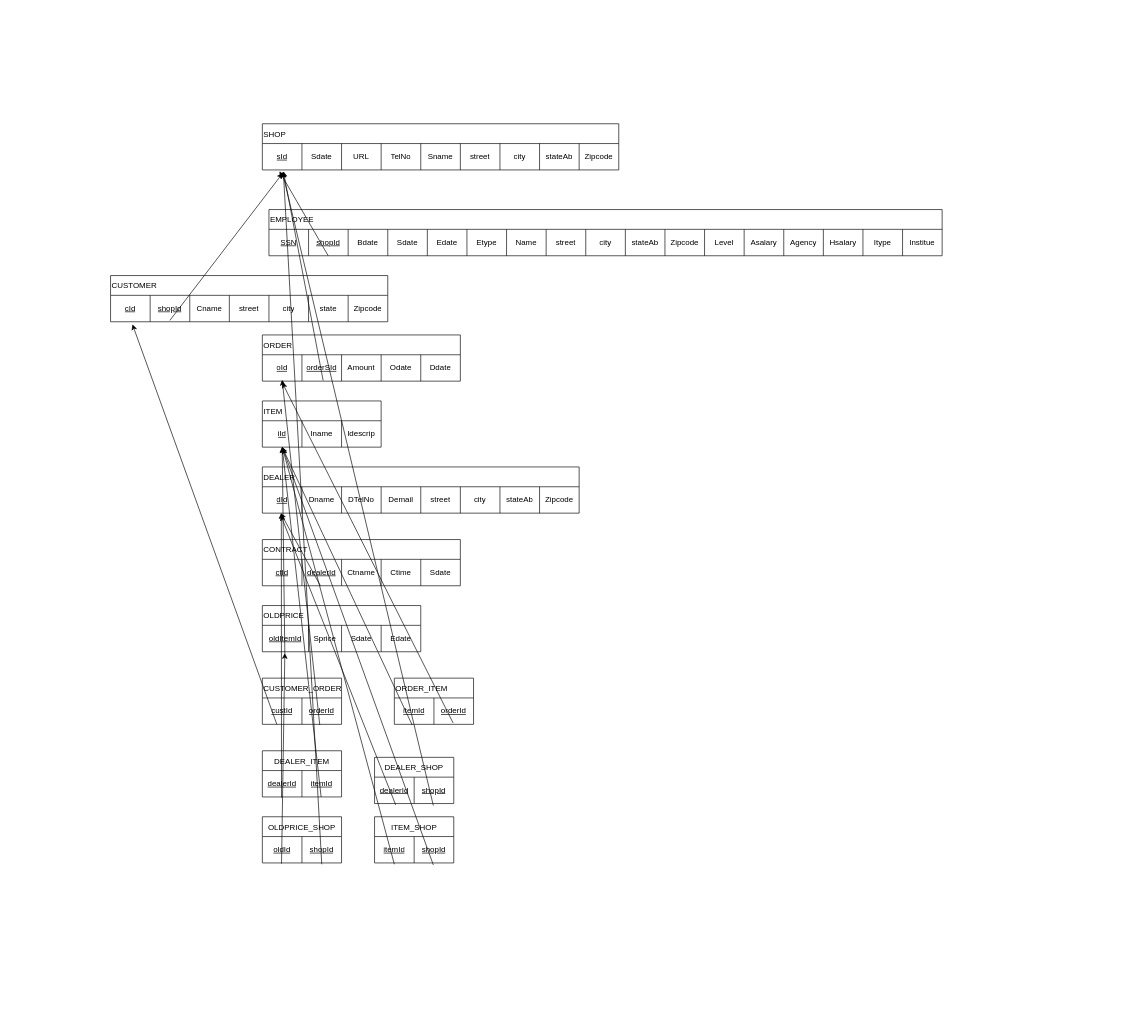
The draw.io diagram Relational_Diagram.drawio in n1ck007/cse3330_project, before the edit. Source tidied: cells renumbered, new cells numbered last; positions are measured from the earlier drawing's top-left corner, leaving out a move shared by most shapes. Both pictures are drawn from the tidied source at 66%, with x=0, y=0 at pixel (110, 123).
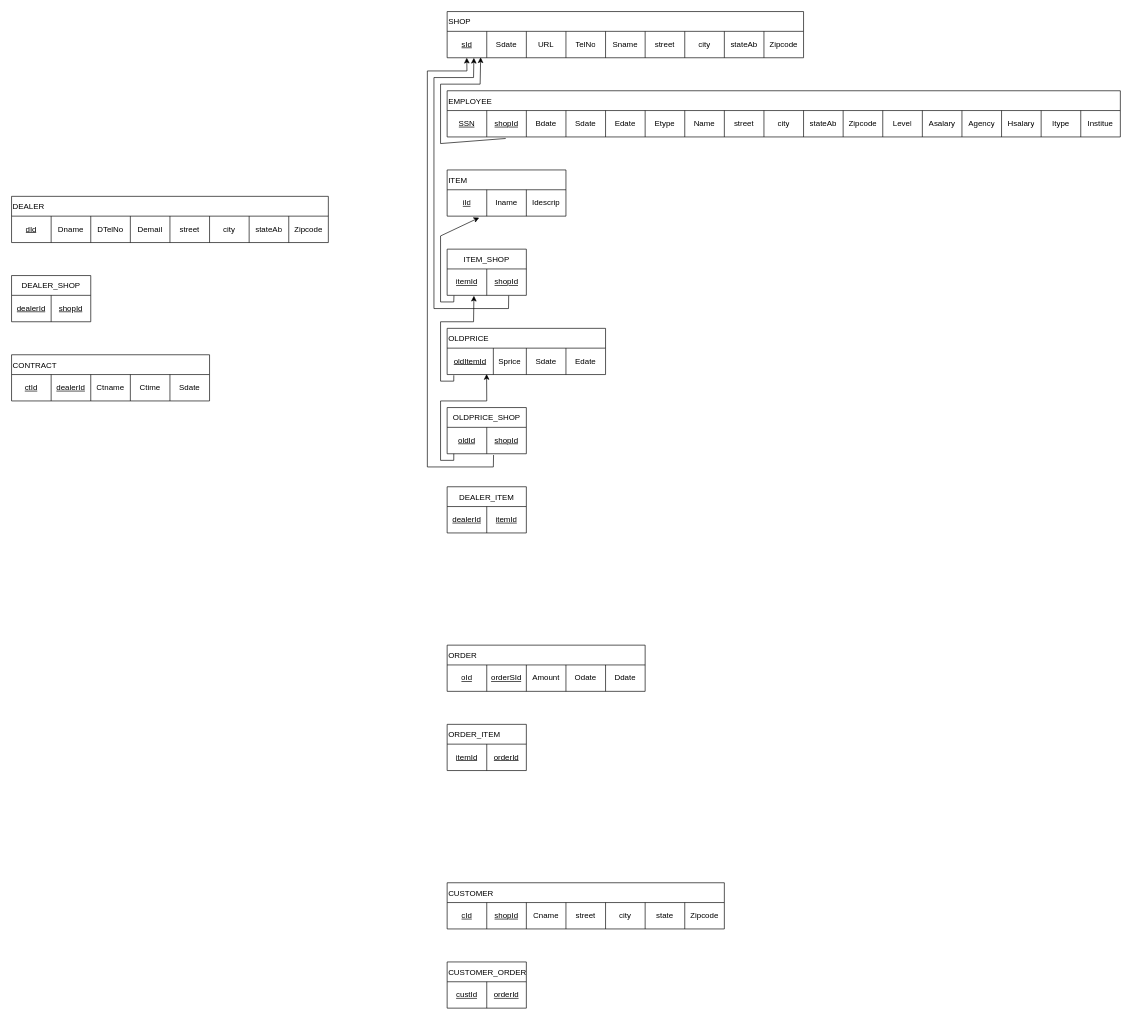
The same page after the edit.

The change refers to these unchanged cells:
```xml
<mxCell id="3" style="shape=tableRow;horizontal=0;startSize=0;swimlaneHead=0;swimlaneBody=0;strokeColor=inherit;top=0;left=0;bottom=0;right=0;fillColor=none;points=[[0,0.5],[1,0.5]];portConstraint=eastwest;" parent="2" vertex="1">
  <mxGeometry y="30" width="1020" height="40" as="geometry" />
</mxCell>
<mxCell id="22" style="shape=tableRow;horizontal=0;startSize=0;swimlaneHead=0;swimlaneBody=0;strokeColor=inherit;top=0;left=0;bottom=0;right=0;fillColor=none;points=[[0,0.5],[1,0.5]];portConstraint=eastwest;" parent="21" vertex="1">
  <mxGeometry y="30" width="540" height="40" as="geometry" />
</mxCell>
<mxCell id="33" style="shape=tableRow;horizontal=0;startSize=0;swimlaneHead=0;swimlaneBody=0;strokeColor=inherit;top=0;left=0;bottom=0;right=0;fillColor=none;points=[[0,0.5],[1,0.5]];portConstraint=eastwest;" parent="32" vertex="1">
  <mxGeometry y="30" width="420" height="40" as="geometry" />
</mxCell>
<mxCell id="42" style="shape=tableRow;horizontal=0;startSize=0;swimlaneHead=0;swimlaneBody=0;strokeColor=inherit;top=0;left=0;bottom=0;right=0;fillColor=none;points=[[0,0.5],[1,0.5]];portConstraint=eastwest;" parent="41" vertex="1">
  <mxGeometry y="30" width="300" height="40" as="geometry" />
</mxCell>
<mxCell id="49" style="shape=tableRow;horizontal=0;startSize=0;swimlaneHead=0;swimlaneBody=0;strokeColor=inherit;top=0;left=0;bottom=0;right=0;fillColor=none;points=[[0,0.5],[1,0.5]];portConstraint=eastwest;" parent="48" vertex="1">
  <mxGeometry y="30" width="180" height="40" as="geometry" />
</mxCell>
<mxCell id="54" style="shape=tableRow;horizontal=0;startSize=0;swimlaneHead=0;swimlaneBody=0;strokeColor=inherit;top=0;left=0;bottom=0;right=0;fillColor=none;points=[[0,0.5],[1,0.5]];portConstraint=eastwest;" parent="53" vertex="1">
  <mxGeometry y="30" width="480" height="40" as="geometry" />
</mxCell>
<mxCell id="64" style="shape=tableRow;horizontal=0;startSize=0;swimlaneHead=0;swimlaneBody=0;strokeColor=inherit;top=0;left=0;bottom=0;right=0;fillColor=none;points=[[0,0.5],[1,0.5]];portConstraint=eastwest;" parent="63" vertex="1">
  <mxGeometry y="30" width="300" height="40" as="geometry" />
</mxCell>
<mxCell id="71" style="shape=tableRow;horizontal=0;startSize=0;swimlaneHead=0;swimlaneBody=0;strokeColor=inherit;top=0;left=0;bottom=0;right=0;fillColor=none;points=[[0,0.5],[1,0.5]];portConstraint=eastwest;" parent="70" vertex="1">
  <mxGeometry y="30" width="240" height="40" as="geometry" />
</mxCell>
<mxCell id="81" style="shape=tableRow;horizontal=0;startSize=0;swimlaneHead=0;swimlaneBody=0;strokeColor=inherit;top=0;left=0;bottom=0;right=0;fillColor=none;points=[[0,0.5],[1,0.5]];portConstraint=eastwest;" parent="80" vertex="1">
  <mxGeometry y="30" width="120" height="40" as="geometry" />
</mxCell>
<mxCell id="89" style="shape=tableRow;horizontal=0;startSize=0;swimlaneHead=0;swimlaneBody=0;strokeColor=inherit;top=0;left=0;bottom=0;right=0;fillColor=none;points=[[0,0.5],[1,0.5]];portConstraint=eastwest;" parent="88" vertex="1">
  <mxGeometry y="30" width="120" height="40" as="geometry" />
</mxCell>
<mxCell id="93" style="shape=tableRow;horizontal=0;startSize=0;swimlaneHead=0;swimlaneBody=0;strokeColor=inherit;top=0;left=0;bottom=0;right=0;fillColor=none;points=[[0,0.5],[1,0.5]];portConstraint=eastwest;" parent="92" vertex="1">
  <mxGeometry y="30" width="120" height="40" as="geometry" />
</mxCell>
<mxCell id="97" style="shape=tableRow;horizontal=0;startSize=0;swimlaneHead=0;swimlaneBody=0;strokeColor=inherit;top=0;left=0;bottom=0;right=0;fillColor=none;points=[[0,0.5],[1,0.5]];portConstraint=eastwest;" parent="96" vertex="1">
  <mxGeometry y="30" width="120" height="40" as="geometry" />
</mxCell>
```

What changed in the source:
```diff
@@
     <mxCell id="2" value="EMPLOYEE" style="shape=table;startSize=30;childLayout=tableLayout;align=left;" parent="1" vertex="1">
-      <mxGeometry x="240" y="130" width="1020" height="70" as="geometry" />
+      <mxGeometry x="510" y="-50" width="1020" height="70" as="geometry" />
     </mxCell>
@@
     <mxCell id="21" value="SHOP" style="shape=table;startSize=30;childLayout=tableLayout;align=left;" parent="1" vertex="1">
-      <mxGeometry x="230" width="540" height="70" as="geometry" />
+      <mxGeometry x="510" y="-170" width="540" height="70" as="geometry" />
     </mxCell>
@@
     <mxCell id="32" value="CUSTOMER" style="shape=table;startSize=30;childLayout=tableLayout;align=left;" parent="1" vertex="1">
-      <mxGeometry y="230" width="420" height="70" as="geometry" />
+      <mxGeometry x="510" y="1150" width="420" height="70" as="geometry" />
     </mxCell>
@@
     <mxCell id="41" value="ORDER" style="shape=table;startSize=30;childLayout=tableLayout;align=left;" parent="1" vertex="1">
-      <mxGeometry x="230" y="320" width="300" height="70" as="geometry" />
+      <mxGeometry x="510" y="790" width="300" height="70" as="geometry" />
     </mxCell>
@@
     <mxCell id="48" value="ITEM" style="shape=table;startSize=30;childLayout=tableLayout;align=left;" parent="1" vertex="1">
-      <mxGeometry x="230" y="420" width="180" height="70" as="geometry" />
+      <mxGeometry x="510" y="70" width="180" height="70" as="geometry" />
     </mxCell>
@@
     <mxCell id="53" value="DEALER" style="shape=table;startSize=30;childLayout=tableLayout;align=left;" parent="1" vertex="1">
-      <mxGeometry x="230" y="520" width="480" height="70" as="geometry" />
+      <mxGeometry x="-150" y="110" width="480" height="70" as="geometry" />
     </mxCell>
@@
     <mxCell id="63" value="CONTRACT" style="shape=table;startSize=30;childLayout=tableLayout;align=left;" parent="1" vertex="1">
-      <mxGeometry x="230" y="630" width="300" height="70" as="geometry" />
+      <mxGeometry x="-150" y="350" width="300" height="70" as="geometry" />
     </mxCell>
@@
     <mxCell id="70" value="OLDPRICE" style="shape=table;startSize=30;childLayout=tableLayout;align=left;" parent="1" vertex="1">
-      <mxGeometry x="230" y="730" width="240" height="70" as="geometry" />
+      <mxGeometry x="510" y="310" width="240" height="70" as="geometry" />
     </mxCell>
@@
-    <mxCell id="76" value="CUSTOMER_ORDER" style="shape=table;startSize=30;childLayout=tableLayout;align=left;" parent="1" vertex="1">
-      <mxGeometry x="230" y="840" width="120" height="70" as="geometry" />
-    </mxCell>
-    <mxCell id="77" style="shape=tableRow;horizontal=0;startSize=0;swimlaneHead=0;swimlaneBody=0;strokeColor=inherit;top=0;left=0;bottom=0;right=0;fillColor=none;points=[[0,0.5],[1,0.5]];portConstraint=eastwest;" parent="76" vertex="1">
-      <mxGeometry y="30" width="120" height="40" as="geometry" />
-    </mxCell>
-    <mxCell id="78" value="&lt;u&gt;custId&lt;/u&gt;" style="shape=partialRectangle;html=1;whiteSpace=wrap;strokeColor=inherit;overflow=hidden;fillColor=none;top=0;left=0;bottom=0;right=0;" parent="77" vertex="1">
-      <mxGeometry width="60" height="40" as="geometry" />
-    </mxCell>
-    <mxCell id="79" value="&lt;u&gt;orderId&lt;/u&gt;" style="shape=partialRectangle;html=1;whiteSpace=wrap;strokeColor=inherit;overflow=hidden;fillColor=none;top=0;left=0;bottom=0;right=0;" parent="77" vertex="1">
-      <mxGeometry x="60" width="60" height="40" as="geometry" />
-    </mxCell>
     <mxCell id="80" value="ORDER_ITEM" style="shape=table;startSize=30;childLayout=tableLayout;align=left;" parent="1" vertex="1">
-      <mxGeometry x="430" y="840" width="120" height="70" as="geometry" />
+      <mxGeometry x="510" y="910" width="120" height="70" as="geometry" />
     </mxCell>
@@
-    <mxCell id="84" value="DEALER_ITEM" style="shape=table;startSize=30;childLayout=tableLayout;" parent="1" vertex="1">
-      <mxGeometry x="230" y="950" width="120" height="70" as="geometry" />
-    </mxCell>
-    <mxCell id="85" style="shape=tableRow;horizontal=0;startSize=0;swimlaneHead=0;swimlaneBody=0;strokeColor=inherit;top=0;left=0;bottom=0;right=0;fillColor=none;points=[[0,0.5],[1,0.5]];portConstraint=eastwest;" parent="84" vertex="1">
-      <mxGeometry y="30" width="120" height="40" as="geometry" />
-    </mxCell>
-    <mxCell id="86" value="&lt;u&gt;dealerId&lt;/u&gt;" style="shape=partialRectangle;html=1;whiteSpace=wrap;strokeColor=inherit;overflow=hidden;fillColor=none;top=0;left=0;bottom=0;right=0;" parent="85" vertex="1">
-      <mxGeometry width="60" height="40" as="geometry" />
-    </mxCell>
-    <mxCell id="87" value="&lt;u&gt;itemId&lt;/u&gt;" style="shape=partialRectangle;html=1;whiteSpace=wrap;strokeColor=inherit;overflow=hidden;fillColor=none;top=0;left=0;bottom=0;right=0;" parent="85" vertex="1">
-      <mxGeometry x="60" width="60" height="40" as="geometry" />
-    </mxCell>
     <mxCell id="88" value="DEALER_SHOP" style="shape=table;startSize=30;childLayout=tableLayout;" parent="1" vertex="1">
-      <mxGeometry x="400" y="960" width="120" height="70" as="geometry" />
+      <mxGeometry x="-150" y="230" width="120" height="70" as="geometry" />
     </mxCell>
@@
     <mxCell id="92" value="OLDPRICE_SHOP" style="shape=table;startSize=30;childLayout=tableLayout;" parent="1" vertex="1">
-      <mxGeometry x="230" y="1050" width="120" height="70" as="geometry" />
+      <mxGeometry x="510" y="430" width="120" height="70" as="geometry" />
     </mxCell>
@@
     <mxCell id="96" value="ITEM_SHOP" style="shape=table;startSize=30;childLayout=tableLayout;" parent="1" vertex="1">
-      <mxGeometry x="400" y="1050" width="120" height="70" as="geometry" />
+      <mxGeometry x="510" y="190" width="120" height="70" as="geometry" />
     </mxCell>
@@
+    <mxCell id="84" value="DEALER_ITEM" style="shape=table;startSize=30;childLayout=tableLayout;" parent="1" vertex="1">
+      <mxGeometry x="510" y="550" width="120" height="70" as="geometry" />
+    </mxCell>
+    <mxCell id="85" style="shape=tableRow;horizontal=0;startSize=0;swimlaneHead=0;swimlaneBody=0;strokeColor=inherit;top=0;left=0;bottom=0;right=0;fillColor=none;points=[[0,0.5],[1,0.5]];portConstraint=eastwest;" parent="84" vertex="1">
+      <mxGeometry y="30" width="120" height="40" as="geometry" />
+    </mxCell>
+    <mxCell id="86" value="&lt;u&gt;dealerId&lt;/u&gt;" style="shape=partialRectangle;html=1;whiteSpace=wrap;strokeColor=inherit;overflow=hidden;fillColor=none;top=0;left=0;bottom=0;right=0;" parent="85" vertex="1">
+      <mxGeometry width="60" height="40" as="geometry" />
+    </mxCell>
+    <mxCell id="87" value="&lt;u&gt;itemId&lt;/u&gt;" style="shape=partialRectangle;html=1;whiteSpace=wrap;strokeColor=inherit;overflow=hidden;fillColor=none;top=0;left=0;bottom=0;right=0;" parent="85" vertex="1">
+      <mxGeometry x="60" width="60" height="40" as="geometry" />
+    </mxCell>
+    <mxCell id="76" value="CUSTOMER_ORDER" style="shape=table;startSize=30;childLayout=tableLayout;align=left;" parent="1" vertex="1">
+      <mxGeometry x="510" y="1270" width="120" height="70" as="geometry" />
+    </mxCell>
+    <mxCell id="77" style="shape=tableRow;horizontal=0;startSize=0;swimlaneHead=0;swimlaneBody=0;strokeColor=inherit;top=0;left=0;bottom=0;right=0;fillColor=none;points=[[0,0.5],[1,0.5]];portConstraint=eastwest;" parent="76" vertex="1">
+      <mxGeometry y="30" width="120" height="40" as="geometry" />
+    </mxCell>
+    <mxCell id="78" value="&lt;u&gt;custId&lt;/u&gt;" style="shape=partialRectangle;html=1;whiteSpace=wrap;strokeColor=inherit;overflow=hidden;fillColor=none;top=0;left=0;bottom=0;right=0;" parent="77" vertex="1">
+      <mxGeometry width="60" height="40" as="geometry" />
+    </mxCell>
+    <mxCell id="79" value="&lt;u&gt;orderId&lt;/u&gt;" style="shape=partialRectangle;html=1;whiteSpace=wrap;strokeColor=inherit;overflow=hidden;fillColor=none;top=0;left=0;bottom=0;right=0;" parent="77" vertex="1">
+      <mxGeometry x="60" width="60" height="40" as="geometry" />
+    </mxCell>
-    <mxCell id="100" style="endArrow=classic;html=1;rounded=0;exitX=0.088;exitY=1;exitDx=0;exitDy=0;exitPerimeter=0;entryX=0.048;entryY=1.05;entryDx=0;entryDy=0;entryPerimeter=0;" parent="1" edge="1" source="3" target="22">
-      <mxGeometry relative="1" as="geometry" />
+    <mxCell id="100" style="endArrow=classic;html=1;rounded=0;exitX=0.087;exitY=1.058;exitDx=0;exitDy=0;exitPerimeter=0;entryX=0.094;entryY=0.985;entryDx=0;entryDy=0;entryPerimeter=0;" parent="1" edge="1" source="3" target="22">
+      <mxGeometry relative="1" as="geometry">
+        <Array as="points">
+          <mxPoint x="500" y="30" />
+          <mxPoint x="500" y="-60" />
+          <mxPoint x="560" y="-60" />
+        </Array>
+      </mxGeometry>
     </mxCell>
-    <mxCell id="101" style="endArrow=classic;html=1;rounded=0;exitX=0.214;exitY=0.95;exitDx=0;exitDy=0;exitPerimeter=0;entryX=0.057;entryY=1.125;entryDx=0;entryDy=0;entryPerimeter=0;" parent="1" edge="1" source="33" target="22">
-      <mxGeometry relative="1" as="geometry" />
-    </mxCell>
-    <mxCell id="102" style="endArrow=classic;html=1;rounded=0;exitX=0.307;exitY=0.975;exitDx=0;exitDy=0;exitPerimeter=0;entryX=0.059;entryY=1.05;entryDx=0;entryDy=0;entryPerimeter=0;" parent="1" edge="1" source="42" target="22">
-      <mxGeometry relative="1" as="geometry" />
-    </mxCell>
-    <mxCell id="103" style="endArrow=classic;html=1;rounded=0;exitX=0.293;exitY=1;exitDx=0;exitDy=0;exitPerimeter=0;entryX=0.058;entryY=1;entryDx=0;entryDy=0;entryPerimeter=0;" parent="1" edge="1" source="64" target="54">
-      <mxGeometry relative="1" as="geometry" />
-    </mxCell>
-    <mxCell id="104" style="endArrow=classic;html=1;rounded=0;exitX=0.142;exitY=1.075;exitDx=0;exitDy=0;exitPerimeter=0;entryX=0.167;entryY=1;entryDx=0;entryDy=0;entryPerimeter=0;" parent="1" edge="1" source="71" target="49">
-      <mxGeometry relative="1" as="geometry" />
-    </mxCell>
-    <mxCell id="105" style="endArrow=classic;html=1;rounded=0;exitX=0.725;exitY=1.025;exitDx=0;exitDy=0;exitPerimeter=0;entryX=0.1;entryY=0.95;entryDx=0;entryDy=0;entryPerimeter=0;" parent="1" edge="1" source="77" target="42">
-      <mxGeometry relative="1" as="geometry" />
-    </mxCell>
-    <mxCell id="106" style="endArrow=classic;html=1;rounded=0;exitX=0.183;exitY=1;exitDx=0;exitDy=0;exitPerimeter=0;entryX=0.079;entryY=1.1;entryDx=0;entryDy=0;entryPerimeter=0;" parent="1" edge="1" source="77" target="33">
-      <mxGeometry relative="1" as="geometry" />
-    </mxCell>
-    <mxCell id="107" style="endArrow=classic;html=1;rounded=0;exitX=0.225;exitY=1.025;exitDx=0;exitDy=0;exitPerimeter=0;entryX=0.167;entryY=1;entryDx=0;entryDy=0;entryPerimeter=0;" parent="1" edge="1" source="81" target="49">
-      <mxGeometry relative="1" as="geometry" />
-    </mxCell>
-    <mxCell id="108" style="endArrow=classic;html=1;rounded=0;exitX=0.742;exitY=0.95;exitDx=0;exitDy=0;exitPerimeter=0;entryX=0.1;entryY=1.05;entryDx=0;entryDy=0;entryPerimeter=0;" parent="1" edge="1" source="81" target="42">
-      <mxGeometry relative="1" as="geometry" />
-    </mxCell>
-    <mxCell id="109" style="endArrow=classic;html=1;rounded=0;exitX=0.242;exitY=1.025;exitDx=0;exitDy=0;exitPerimeter=0;entryX=0.06;entryY=1;entryDx=0;entryDy=0;entryPerimeter=0;" parent="1" edge="1" source="85" target="54">
-      <mxGeometry relative="1" as="geometry" />
-    </mxCell>
-    <mxCell id="110" style="endArrow=classic;html=1;rounded=0;exitX=0.267;exitY=1.05;exitDx=0;exitDy=0;exitPerimeter=0;entryX=0.058;entryY=1.075;entryDx=0;entryDy=0;entryPerimeter=0;" parent="1" edge="1" source="89" target="54">
-      <mxGeometry relative="1" as="geometry" />
-    </mxCell>
-    <mxCell id="111" style="endArrow=classic;html=1;rounded=0;exitX=0.742;exitY=1;exitDx=0;exitDy=0;exitPerimeter=0;entryX=0.167;entryY=1;entryDx=0;entryDy=0;entryPerimeter=0;" parent="1" edge="1" source="85" target="49">
-      <mxGeometry relative="1" as="geometry" />
-    </mxCell>
-    <mxCell id="112" style="endArrow=classic;html=1;rounded=0;exitX=0.742;exitY=1.075;exitDx=0;exitDy=0;exitPerimeter=0;entryX=0.056;entryY=1.075;entryDx=0;entryDy=0;entryPerimeter=0;" parent="1" edge="1" source="89" target="22">
-      <mxGeometry relative="1" as="geometry" />
-    </mxCell>
+    <mxCell id="117" style="endArrow=classic;html=1;rounded=0;exitX=0.086;exitY=1.008;exitDx=0;exitDy=0;exitPerimeter=0;entryX=0.27;entryY=1.057;entryDx=0;entryDy=0;entryPerimeter=0;" parent="1" edge="1" source="97" target="49">
+      <mxGeometry relative="1" as="geometry">
+        <Array as="points">
+          <mxPoint x="520" y="270" />
+          <mxPoint x="500" y="270" />
+          <mxPoint x="500" y="170" />
+        </Array>
+      </mxGeometry>
+    </mxCell>
+    <mxCell id="118" style="endArrow=classic;html=1;rounded=0;exitX=0.777;exitY=1.011;exitDx=0;exitDy=0;exitPerimeter=0;entryX=0.075;entryY=1.004;entryDx=0;entryDy=0;entryPerimeter=0;" parent="1" edge="1" source="97" target="22">
+      <mxGeometry relative="1" as="geometry">
+        <Array as="points">
+          <mxPoint x="603" y="280" />
+          <mxPoint x="490" y="280" />
+          <mxPoint x="490" y="-70" />
+          <mxPoint x="550" y="-70" />
+        </Array>
+      </mxGeometry>
+    </mxCell>
+    <mxCell id="119" style="endArrow=classic;html=1;rounded=0;exitX=0.042;exitY=1.027;exitDx=0;exitDy=0;exitPerimeter=0;entryX=0.338;entryY=1.015;entryDx=0;entryDy=0;entryPerimeter=0;" parent="1" edge="1" source="71" target="97">
+      <mxGeometry relative="1" as="geometry">
+        <Array as="points">
+          <mxPoint x="520" y="390" />
+          <mxPoint x="500" y="390" />
+          <mxPoint x="500" y="300" />
+          <mxPoint x="550" y="300" />
+        </Array>
+      </mxGeometry>
+    </mxCell>
-    <mxCell id="113" style="endArrow=classic;html=1;rounded=0;exitX=0.242;exitY=1.025;exitDx=0;exitDy=0;exitPerimeter=0;entryX=0.142;entryY=1.05;entryDx=0;entryDy=0;entryPerimeter=0;" parent="1" edge="1" source="93" target="71">
-      <mxGeometry relative="1" as="geometry" />
+    <mxCell id="113" style="endArrow=classic;html=1;rounded=0;exitX=0.084;exitY=1;exitDx=0;exitDy=0;exitPerimeter=0;entryX=0.249;entryY=0.981;entryDx=0;entryDy=0;entryPerimeter=0;" parent="1" edge="1" source="93" target="71">
+      <mxGeometry relative="1" as="geometry">
+        <Array as="points">
+          <mxPoint x="520" y="510" />
+          <mxPoint x="500" y="510" />
+          <mxPoint x="500" y="420" />
+          <mxPoint x="570" y="420" />
+        </Array>
+      </mxGeometry>
     </mxCell>
-    <mxCell id="114" style="endArrow=classic;html=1;rounded=0;exitX=0.75;exitY=1.05;exitDx=0;exitDy=0;exitPerimeter=0;entryX=0.059;entryY=1.075;entryDx=0;entryDy=0;entryPerimeter=0;" parent="1" edge="1" source="93" target="22">
-      <mxGeometry relative="1" as="geometry" />
+    <mxCell id="114" style="endArrow=classic;html=1;rounded=0;exitX=0.586;exitY=1.048;exitDx=0;exitDy=0;exitPerimeter=0;entryX=0.055;entryY=1;entryDx=0;entryDy=0;entryPerimeter=0;" parent="1" edge="1" source="93" target="22">
+      <mxGeometry relative="1" as="geometry">
+        <Array as="points">
+          <mxPoint x="580" y="520" />
+          <mxPoint x="480" y="520" />
+          <mxPoint x="480" y="-80" />
+          <mxPoint x="540" y="-80" />
+        </Array>
+      </mxGeometry>
     </mxCell>
-    <mxCell id="115" style="endArrow=classic;html=1;rounded=0;exitX=0.25;exitY=1.05;exitDx=0;exitDy=0;exitPerimeter=0;entryX=0.167;entryY=0.975;entryDx=0;entryDy=0;entryPerimeter=0;" parent="1" edge="1" source="97" target="49">
-      <mxGeometry relative="1" as="geometry" />
-    </mxCell>
-    <mxCell id="116" style="endArrow=classic;html=1;rounded=0;exitX=0.742;exitY=1.075;exitDx=0;exitDy=0;exitPerimeter=0;entryX=0.172;entryY=1.05;entryDx=0;entryDy=0;entryPerimeter=0;" parent="1" edge="1" source="97" target="49">
-      <mxGeometry relative="1" as="geometry" />
-    </mxCell>
```
